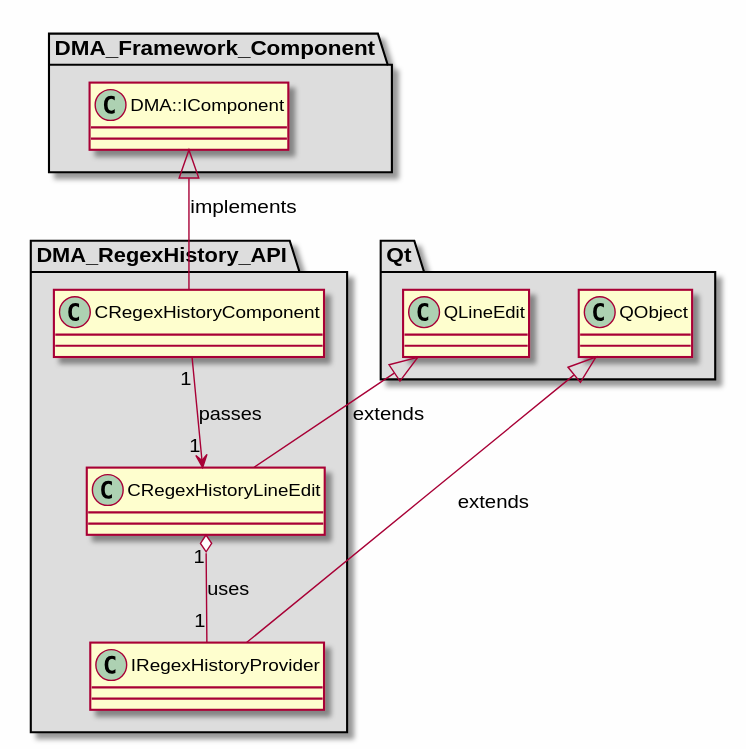
Earlier version of the PlantUML export md/dev_docs/puml/DMA_RegexHistory_API_standalone.svg (svlad-90/DLT-Message-Analyzer).
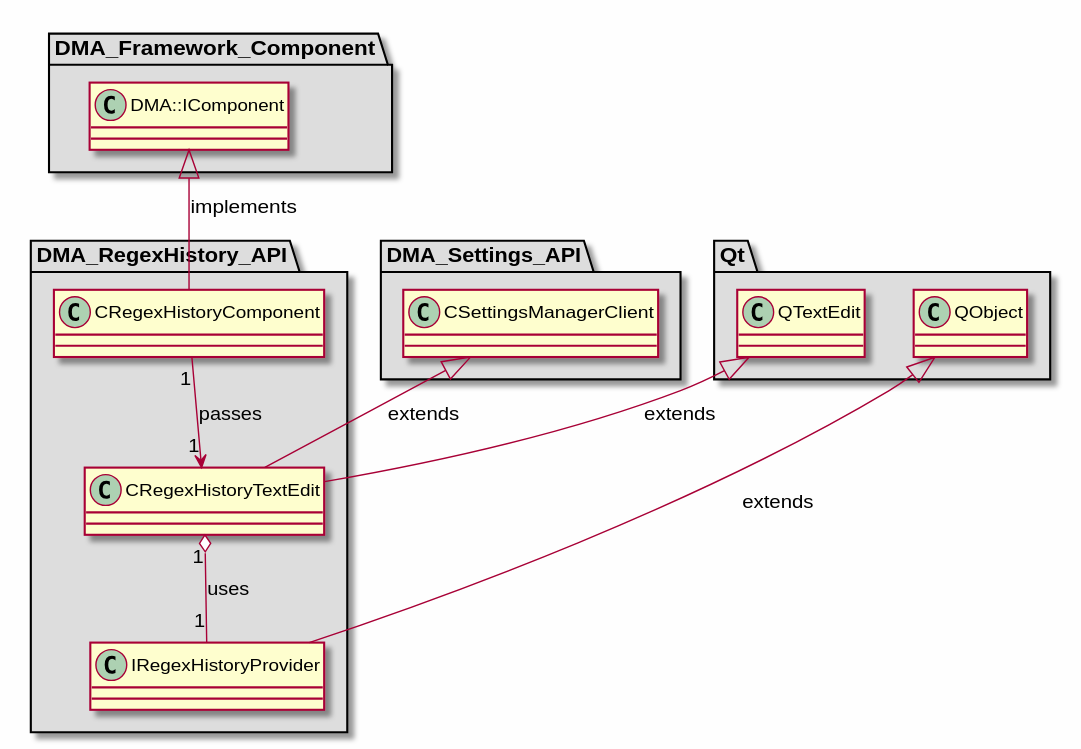
Later version of the same file.

The edit, as a diff of the source:
```diff
@@ -18,7 +18,7 @@
 {
 }
 
-class "CRegexHistoryLineEdit"
+class "CRegexHistoryTextEdit"
 {
 }
 
@@ -28,24 +28,34 @@
 
 }
 
+package "DMA_Settings_API" #DDDDDD
+{
+
+class "CSettingsManagerClient"
+{
+}
+
+}
+
 package "Qt" #DDDDDD
 {
 
-class "QLineEdit"
+class "QObject"
 {
 }
 
-class "QObject"
+class "QTextEdit"
 {
 }
 
 }
 
 DMA::IComponent <|-- CRegexHistoryComponent : implements
-QLineEdit <|-- CRegexHistoryLineEdit : extends
+CSettingsManagerClient <|-- CRegexHistoryTextEdit : extends
+QTextEdit <|-- CRegexHistoryTextEdit : extends
 QObject <|-- IRegexHistoryProvider : extends
 
-CRegexHistoryComponent "1" --> "1" CRegexHistoryLineEdit : passes
-CRegexHistoryLineEdit "1" o-- "1" IRegexHistoryProvider : uses
+CRegexHistoryComponent "1" --> "1" CRegexHistoryTextEdit : passes
+CRegexHistoryTextEdit "1" o-- "1" IRegexHistoryProvider : uses
 
 @enduml
```
